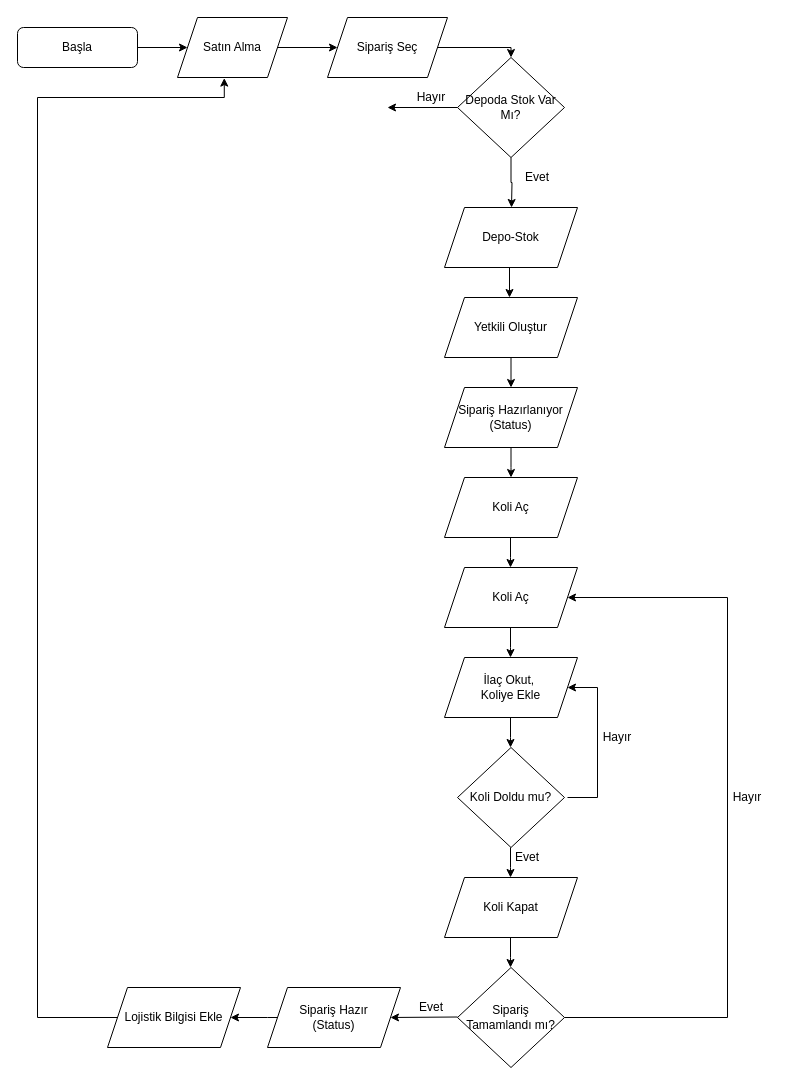
This is akisdiyagrami.drawio from viavolkan/DB_Diyagram, a draw.io file, before an edit. Source tidied: cells renumbered, new cells numbered last; positions are measured from the earlier drawing's top-left corner, leaving out a move shared by most shapes. Both pictures are drawn from the tidied source at 100%, with x=0, y=0 at pixel (17, 17).
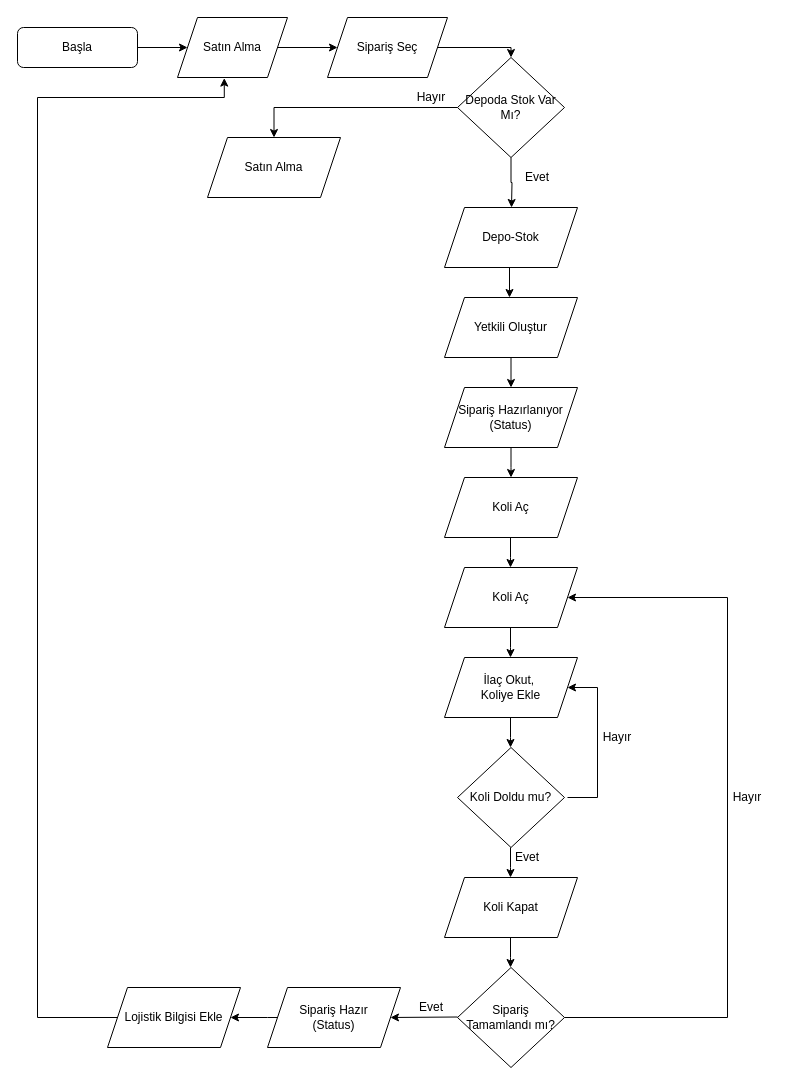
The same diagram, later.

The change refers to these unchanged cells:
```xml
<mxCell id="9" value="Depoda Stok Var Mı?" style="rhombus;whiteSpace=wrap;html=1;" parent="1" vertex="1">
  <mxGeometry x="440" y="40" width="107" height="100" as="geometry" />
</mxCell>
```

Diff of the diagram source:
```diff
@@
-    <mxCell id="41" style="edgeStyle=orthogonalEdgeStyle;rounded=0;jettySize=auto;html=1;exitX=0;exitY=0.5;exitDx=0;exitDy=0;" parent="1" edge="1" source="9">
+    <mxCell id="41" style="edgeStyle=orthogonalEdgeStyle;rounded=0;jettySize=auto;html=1;exitX=0;exitY=0.5;exitDx=0;exitDy=0;entryX=0.5;entryY=0;entryDx=0;entryDy=0;" parent="1" edge="1" source="9" target="43">
       <mxGeometry relative="1" as="geometry">
-        <mxPoint x="370" y="90" as="targetPoint" />
+        <Array as="points">
+          <mxPoint x="257" y="90" />
+        </Array>
       </mxGeometry>
     </mxCell>
@@
+    <mxCell id="43" value="Satın Alma" style="shape=parallelogram;perimeter=parallelogramPerimeter;whiteSpace=wrap;html=1;fixedSize=1;" parent="1" vertex="1">
+      <mxGeometry x="190" y="120" width="133" height="60" as="geometry" />
+    </mxCell>
```
